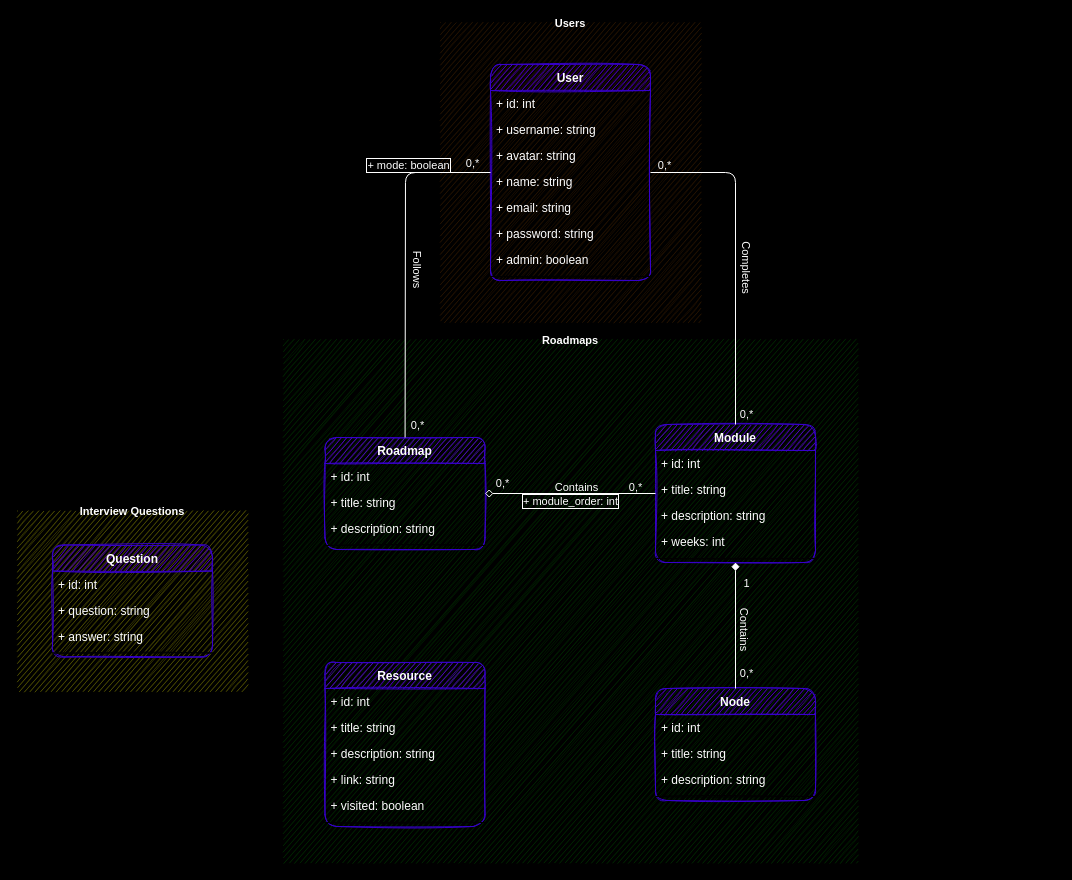
aymenBenadra/DevQuests keeps this draw.io diagram as Modelization/class diagram.drawio. Above is the earlier version. Source tidied: cells renumbered, new cells numbered last; positions are measured from the earlier drawing's top-left corner, leaving out a move shared by most shapes. Both pictures are drawn from the tidied source at 100%, with x=0, y=0 at pixel (17, 22).
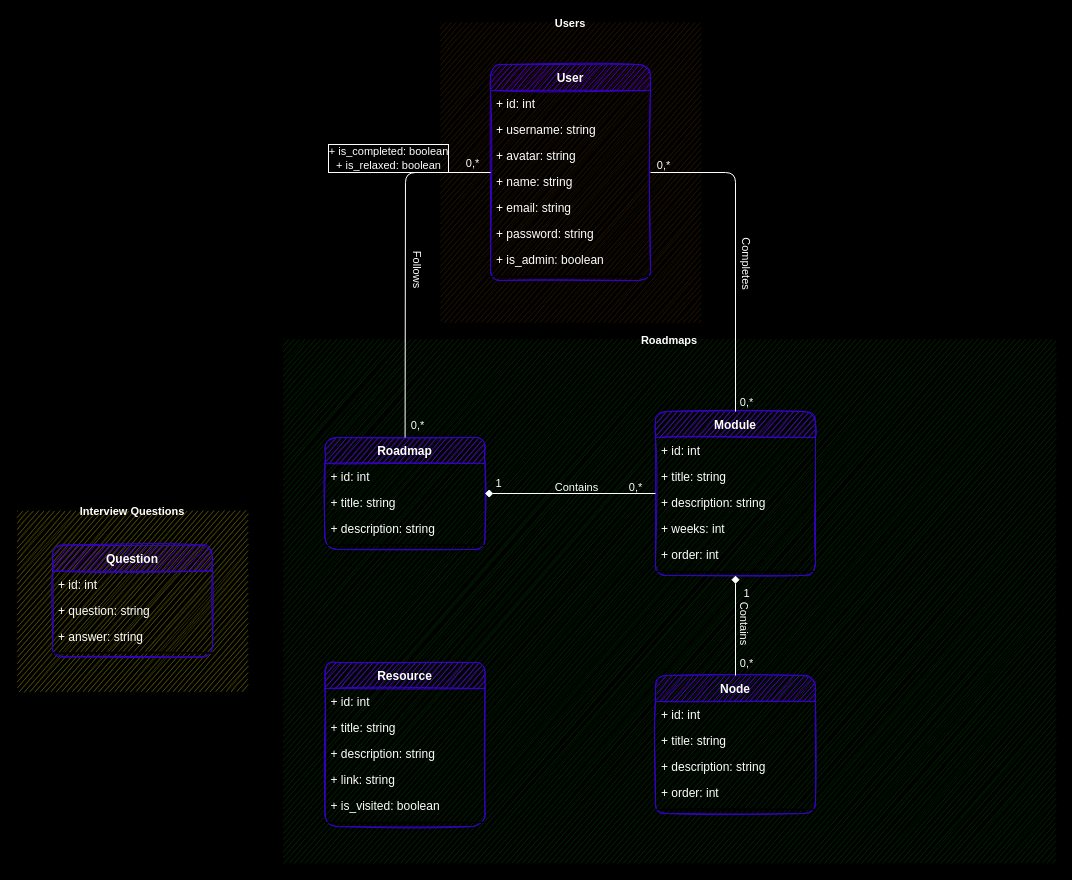
The same page after the edit.

Unchanged cells that the change refers to:
```xml
<mxCell id="3" value="User" style="swimlane;fontStyle=1;align=center;verticalAlign=top;horizontal=1;startSize=26;fillColor=#6a00ff;fontColor=#FFFFFF;rounded=1;sketch=1;labelBorderColor=none;strokeColor=#3700CC;" parent="2" vertex="1">
  <mxGeometry x="50" y="42" width="160" height="216" as="geometry" />
</mxCell>
<mxCell id="13" value="Resource" style="swimlane;fontStyle=1;align=center;verticalAlign=top;horizontal=1;startSize=26;fillColor=#6a00ff;fontColor=#FFFFFF;rounded=1;sketch=1;labelBorderColor=none;strokeColor=#3700CC;" parent="12" vertex="1">
  <mxGeometry x="41.5" y="323" width="160" height="164" as="geometry" />
</mxCell>
<mxCell id="35" value="Roadmap" style="swimlane;fontStyle=1;align=center;verticalAlign=top;horizontal=1;startSize=26;fillColor=#6a00ff;fontColor=#FFFFFF;rounded=1;sketch=1;labelBorderColor=none;labelBackgroundColor=none;strokeColor=#3700CC;" parent="12" vertex="1">
  <mxGeometry x="41.5" y="98" width="160" height="112" as="geometry" />
</mxCell>
<mxCell id="45" style="edgeStyle=none;html=1;endArrow=none;endFill=0;startArrow=none;startFill=0;fontColor=#FFFFFF;rounded=1;sketch=0;labelBorderColor=none;strokeColor=#FFFFFF;" parent="1" edge="1" source="35" target="3">
  <mxGeometry relative="1" as="geometry">
    <Array as="points">
      <mxPoint x="388" y="150" />
    </Array>
  </mxGeometry>
</mxCell>
```

Diff of the diagram source:
```diff
@@
-    <mxCell id="10" value="+ admin: boolean" style="text;strokeColor=none;fillColor=none;align=left;verticalAlign=top;spacingLeft=4;spacingRight=4;overflow=hidden;fontColor=#FFFFFF;rounded=1;sketch=1;labelBorderColor=none;" parent="3" vertex="1">
+    <mxCell id="10" value="+ is_admin: boolean" style="text;strokeColor=none;fillColor=none;align=left;verticalAlign=top;spacingLeft=4;spacingRight=4;overflow=hidden;fontColor=#FFFFFF;rounded=1;sketch=1;labelBorderColor=none;" parent="3" vertex="1">
       <mxGeometry y="182" width="160" height="26" as="geometry" />
     </mxCell>
@@
     <mxCell id="12" value="Roadmaps" style="swimlane;startSize=0;rounded=1;shadow=0;glass=0;labelBackgroundColor=none;comic=0;fontSize=11;strokeColor=none;fillColor=none;gradientColor=none;gradientDirection=north;swimlaneFillColor=#003300;fontColor=#FFFFFF;sketch=1;labelBorderColor=none;" parent="1" vertex="1">
-      <mxGeometry x="266" y="317" width="574" height="523" as="geometry" />
+      <mxGeometry x="266" y="317" width="772" height="523" as="geometry" />
     </mxCell>
@@
-    <mxCell id="18" value="+ visited: boolean" style="text;strokeColor=none;fillColor=none;align=left;verticalAlign=top;spacingLeft=4;spacingRight=4;overflow=hidden;fontColor=#FFFFFF;rounded=1;sketch=1;labelBorderColor=none;" parent="13" vertex="1">
+    <mxCell id="18" value="+ is_visited: boolean" style="text;strokeColor=none;fillColor=none;align=left;verticalAlign=top;spacingLeft=4;spacingRight=4;overflow=hidden;fontColor=#FFFFFF;rounded=1;sketch=1;labelBorderColor=none;" parent="13" vertex="1">
       <mxGeometry y="130" width="160" height="26" as="geometry" />
     </mxCell>
@@
     <mxCell id="20" value="Module" style="swimlane;fontStyle=1;align=center;verticalAlign=top;horizontal=1;startSize=26;fillColor=#6a00ff;fontColor=#FFFFFF;rounded=1;sketch=1;labelBorderColor=none;strokeColor=#3700CC;" parent="12" vertex="1">
-      <mxGeometry x="372" y="85" width="160" height="138" as="geometry" />
+      <mxGeometry x="372" y="72" width="160" height="164" as="geometry" />
     </mxCell>
@@
+    <mxCell id="60" value="+ order: int" style="text;strokeColor=none;fillColor=none;align=left;verticalAlign=top;spacingLeft=4;spacingRight=4;overflow=hidden;fontColor=#FFFFFF;rounded=1;sketch=1;labelBorderColor=none;" parent="20" vertex="1">
+      <mxGeometry y="130" width="160" height="26" as="geometry" />
+    </mxCell>
     <mxCell id="25" style="line;strokeWidth=1;fillColor=none;align=left;verticalAlign=middle;spacingTop=-1;spacingLeft=3;spacingRight=3;labelPosition=right;fontColor=#FFFFFF;rounded=1;sketch=1;labelBorderColor=none;" parent="20" vertex="1">
-      <mxGeometry y="130" width="160" height="8" as="geometry" />
+      <mxGeometry y="156" width="160" height="8" as="geometry" />
     </mxCell>
     <mxCell id="26" value="Node" style="swimlane;fontStyle=1;align=center;verticalAlign=top;horizontal=1;startSize=26;fillColor=#6a00ff;fontColor=#FFFFFF;rounded=1;sketch=1;labelBorderColor=none;strokeColor=#3700CC;" parent="12" vertex="1">
-      <mxGeometry x="372" y="349" width="160" height="112" as="geometry" />
+      <mxGeometry x="372" y="336" width="160" height="138" as="geometry" />
     </mxCell>
@@
+    <mxCell id="61" value="+ order: int" style="text;strokeColor=none;fillColor=none;align=left;verticalAlign=top;spacingLeft=4;spacingRight=4;overflow=hidden;fontColor=#FFFFFF;rounded=1;sketch=1;labelBorderColor=none;" parent="26" vertex="1">
+      <mxGeometry y="104" width="160" height="26" as="geometry" />
+    </mxCell>
     <mxCell id="30" style="line;strokeWidth=1;fillColor=none;align=left;verticalAlign=middle;spacingTop=-1;spacingLeft=3;spacingRight=3;labelPosition=right;fontColor=#FFFFFF;rounded=1;sketch=1;labelBorderColor=none;" parent="26" vertex="1">
-      <mxGeometry y="104" width="160" height="8" as="geometry" />
+      <mxGeometry y="130" width="160" height="8" as="geometry" />
     </mxCell>
@@
-    <mxCell id="40" style="edgeStyle=none;html=1;endArrow=none;endFill=0;startArrow=diamond;startFill=0;fontColor=#FFFFFF;rounded=1;sketch=0;labelBorderColor=none;strokeColor=#FFFFFF;" parent="12" edge="1" source="35" target="20">
+    <mxCell id="40" style="edgeStyle=none;html=1;endArrow=none;endFill=0;startArrow=diamond;startFill=1;fontColor=#FFFFFF;rounded=1;sketch=0;labelBorderColor=none;strokeColor=#FFFFFF;" parent="12" edge="1" source="35" target="20">
       <mxGeometry relative="1" as="geometry" />
     </mxCell>
@@
-    <mxCell id="42" value="0,*" style="edgeLabel;html=1;align=center;verticalAlign=middle;fontSize=11;labelBackgroundColor=none;fontColor=#FFFFFF;rounded=1;sketch=1;labelBorderColor=none;" parent="40" vertex="1">
+    <mxCell id="42" value="1" style="edgeLabel;html=1;align=center;verticalAlign=middle;fontSize=11;labelBackgroundColor=none;fontColor=#FFFFFF;rounded=1;sketch=1;labelBorderColor=none;" parent="40" vertex="1">
       <mxGeometry x="-0.81" relative="1" as="geometry">
-        <mxPoint x="1" y="-11" as="offset" />
+        <mxPoint x="-3" y="-11" as="offset" />
       </mxGeometry>
     </mxCell>
@@
-    <mxCell id="44" value="+ module_order: int" style="edgeLabel;html=1;align=center;verticalAlign=middle;fontColor=#FFFFFF;labelBackgroundColor=none;labelBorderColor=#FFFFFF;" parent="40" vertex="1">
-      <mxGeometry x="0.17" y="-2" relative="1" as="geometry">
-        <mxPoint x="-15" y="5" as="offset" />
-      </mxGeometry>
-    </mxCell>
@@
-    <mxCell id="49" value="+ mode: boolean" style="edgeLabel;html=1;align=center;verticalAlign=middle;fontColor=#FFFFFF;labelBackgroundColor=none;labelBorderColor=#FFFFFF;" parent="45" vertex="1">
+    <mxCell id="49" value="+ is_completed: boolean&lt;br&gt;+ is_relaxed: boolean" style="edgeLabel;html=1;align=center;verticalAlign=middle;fontColor=#FFFFFF;labelBackgroundColor=none;labelBorderColor=#FFFFFF;" parent="45" vertex="1">
       <mxGeometry x="0.58" y="-3" relative="1" as="geometry">
-        <mxPoint x="-9" y="-11" as="offset" />
+        <mxPoint x="-29" y="-18" as="offset" />
       </mxGeometry>
     </mxCell>
```
